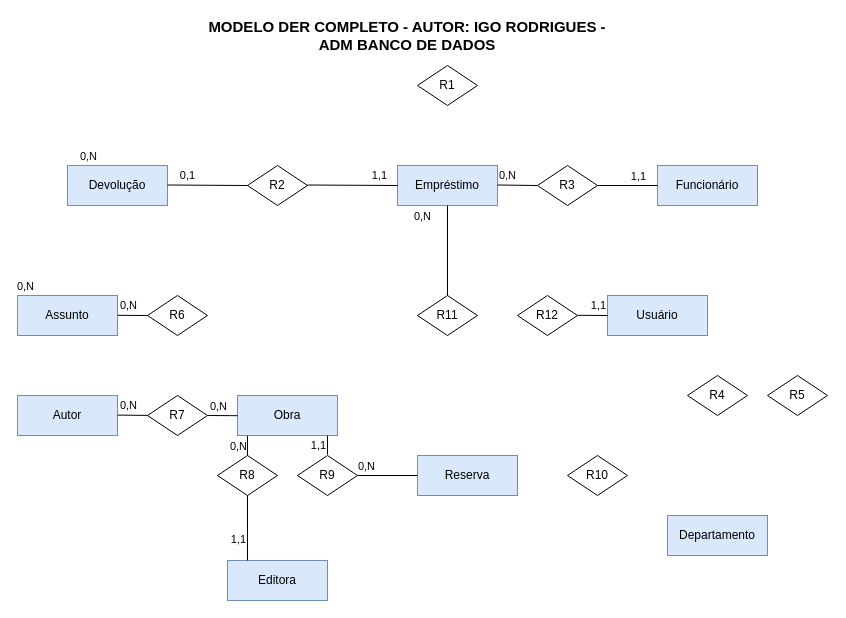
Before: 01_MODELO_DER_COMPLETO_IGORC.drawio in igopotypi/IGORARTES, a draw.io diagram. Source tidied: cells renumbered, new cells numbered last; positions are measured from the earlier drawing's top-left corner, leaving out a move shared by most shapes. Both pictures are drawn from the tidied source at 100%, with x=0, y=0 at pixel (17, 25).
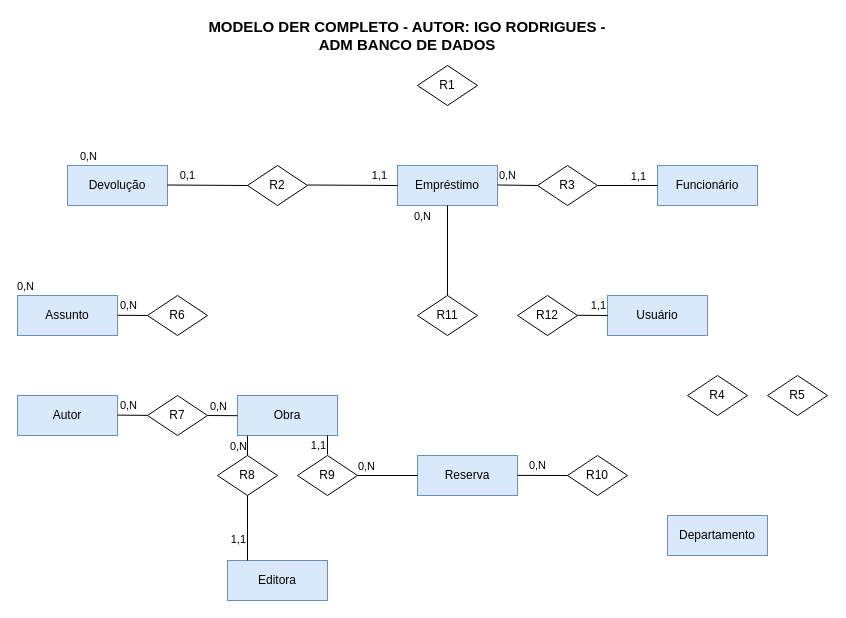
After the change.

Change to the diagram source:
```diff
@@
+    <mxCell id="53" style="endArrow=none;html=1;rounded=0;exitX=1;exitY=0.5;exitDx=0;exitDy=0;" parent="1" edge="1">
+      <mxGeometry relative="1" as="geometry">
+        <mxPoint x="500" y="449.9" as="sourcePoint" />
+        <mxPoint x="550" y="450" as="targetPoint" />
+      </mxGeometry>
+    </mxCell>
+    <mxCell id="54" value="0,N" style="edgeLabel;html=1;align=center;verticalAlign=middle;" parent="53" vertex="1">
+      <mxGeometry x="-0.47" y="2" relative="1" as="geometry">
+        <mxPoint x="6.9" y="-8" as="offset" />
+      </mxGeometry>
+    </mxCell>
```
